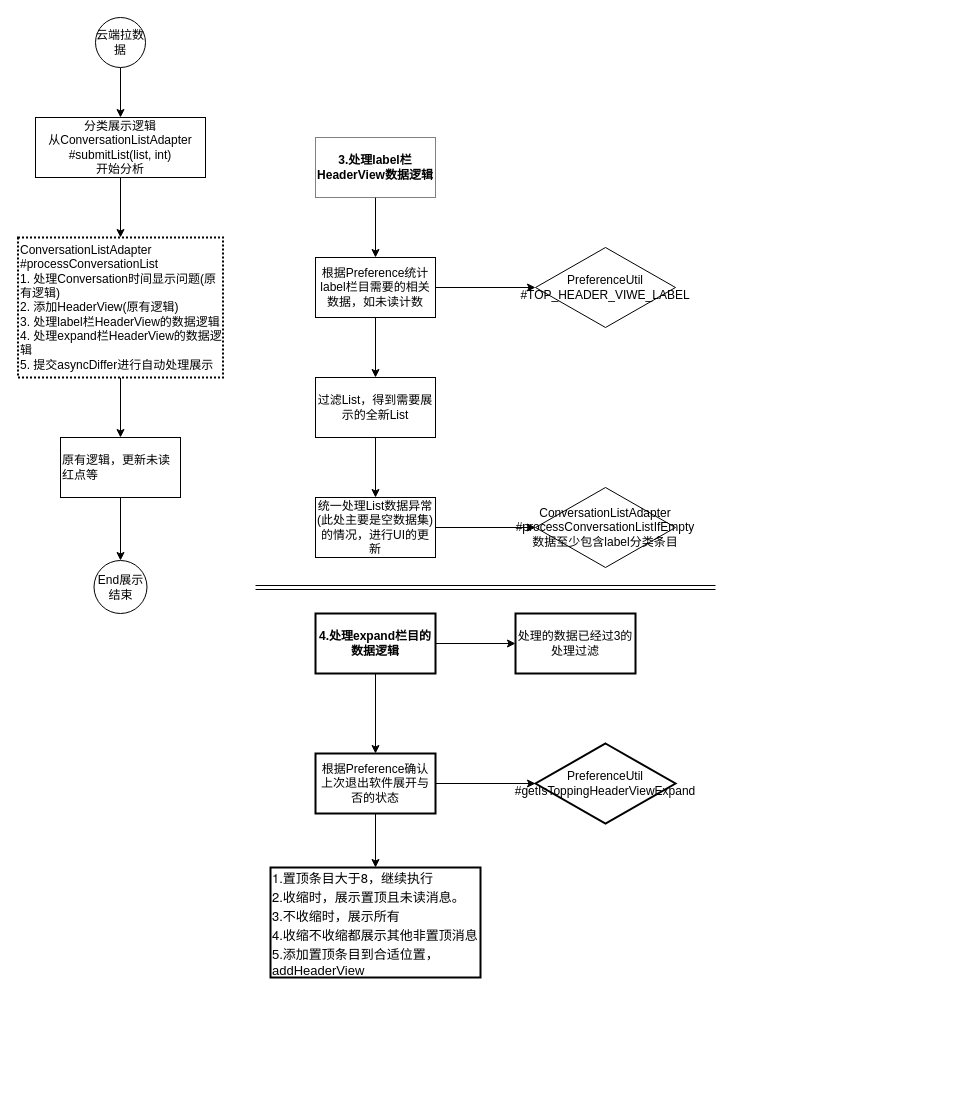
The draw.io diagram 消息界面流程图.drawio in baizhu0414/Diagrams, before the edit. Source tidied: cells renumbered, new cells numbered last; positions are measured from the earlier drawing's top-left corner, leaving out a move shared by most shapes. Both pictures are drawn from the tidied source at 100%, with x=0, y=0 at pixel (17, 17).
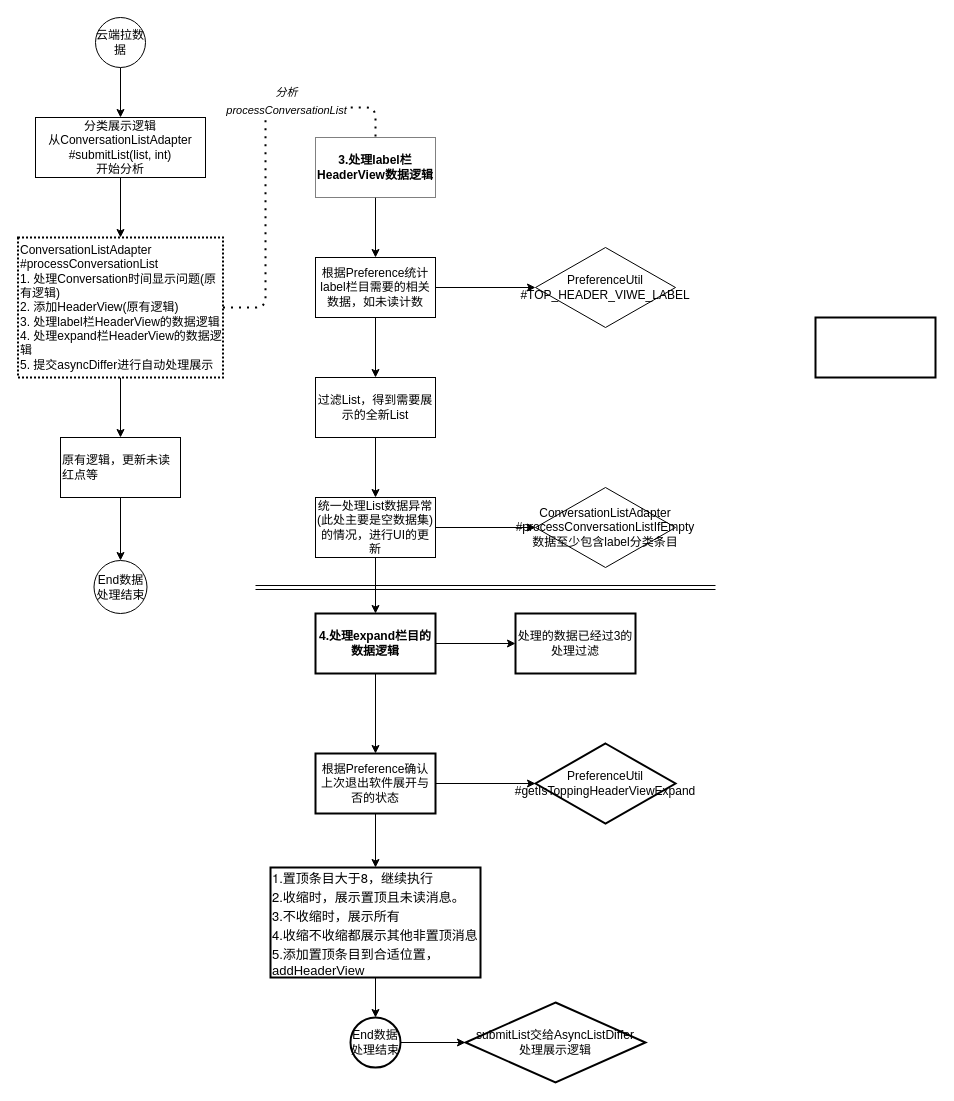
The same diagram, later.

Commit message:
211020-数据过滤逻辑及数据统计完成

The change refers to these unchanged cells:
```xml
<mxCell id="7" value="&lt;div&gt;ConversationListAdapter&lt;/div&gt;&lt;div&gt;#processConversationList&lt;br&gt;&lt;/div&gt;&lt;div&gt;1. 处理Conversation时间显示问题(原有逻辑)&lt;/div&gt;&lt;div&gt;2. 添加HeaderView(原有逻辑)&lt;/div&gt;&lt;div&gt;3. 处理label栏HeaderView的数据逻辑&lt;/div&gt;&lt;div&gt;4. 处理expand栏HeaderView的数据逻辑&lt;/div&gt;&lt;div&gt;5. 提交asyncDiffer进行自动处理展示&lt;/div&gt;" style="whiteSpace=wrap;html=1;rounded=0;align=left;strokeWidth=2;dashed=1;dashPattern=1 1;" parent="1" vertex="1">
  <mxGeometry x="0.5" y="220" width="205" height="140" as="geometry" />
</mxCell>
<mxCell id="12" value="3.处理label栏HeaderView数据逻辑" style="whiteSpace=wrap;html=1;align=center;dashed=1;dashPattern=1 1;fontStyle=1;" parent="1" vertex="1">
  <mxGeometry x="298" y="120" width="120" height="60" as="geometry" />
</mxCell>
<mxCell id="20" value="统一处理List数据异常(此处主要是空数据集)的情况，进行UI的更新" style="whiteSpace=wrap;html=1;" parent="1" vertex="1">
  <mxGeometry x="298" y="480" width="120" height="60" as="geometry" />
</mxCell>
<mxCell id="24" value="4.处理expand栏目的数据逻辑" style="whiteSpace=wrap;html=1;strokeWidth=2;align=center;fontStyle=1;" parent="1" vertex="1">
  <mxGeometry x="298" y="596" width="120" height="60" as="geometry" />
</mxCell>
<mxCell id="30" value="&lt;p class=&quot;p1&quot; style=&quot;margin: 0px ; font-stretch: normal ; font-size: 13px ; line-height: normal ; font-family: &amp;#34;helvetica neue&amp;#34;&quot;&gt;1.置顶条目大于8，继续执行&lt;/p&gt;&lt;p class=&quot;p1&quot; style=&quot;margin: 0px ; font-stretch: normal ; font-size: 13px ; line-height: normal ; font-family: &amp;#34;helvetica neue&amp;#34;&quot;&gt;2.收缩时，展示置顶且未读消息。&lt;/p&gt;&lt;p class=&quot;p1&quot; style=&quot;margin: 0px ; font-stretch: normal ; font-size: 13px ; line-height: normal ; font-family: &amp;#34;helvetica neue&amp;#34;&quot;&gt;3.不收缩时，展示所有&lt;/p&gt;&lt;p class=&quot;p2&quot; style=&quot;margin: 0px ; font-stretch: normal ; font-size: 13px ; line-height: normal ; font-family: &amp;#34;pingfang sc&amp;#34;&quot;&gt;&lt;span class=&quot;s1&quot; style=&quot;font-stretch: normal ; line-height: normal ; font-family: &amp;#34;helvetica neue&amp;#34;&quot;&gt;4.&lt;/span&gt;收缩不收缩都展示其他非置顶消息&lt;/p&gt;&lt;p class=&quot;p2&quot; style=&quot;margin: 0px ; font-stretch: normal ; font-size: 13px ; line-height: normal ; font-family: &amp;#34;pingfang sc&amp;#34;&quot;&gt;5.添加置顶条目到合适位置，addHeaderView&lt;/p&gt;" style="whiteSpace=wrap;html=1;fontStyle=0;strokeWidth=2;align=left;" parent="1" vertex="1">
  <mxGeometry x="253" y="850" width="210" height="110" as="geometry" />
</mxCell>
```

What changed in the source:
```diff
@@
-    <mxCell id="10" value="End展示结束" style="ellipse;whiteSpace=wrap;html=1;align=center;" parent="1" vertex="1">
+    <mxCell id="10" value="End数据处理结束" style="ellipse;whiteSpace=wrap;html=1;align=center;" parent="1" vertex="1">
       <mxGeometry x="76.5" y="543" width="53" height="53" as="geometry" />
     </mxCell>
@@
+    <mxCell id="32" style="edgeStyle=orthogonalEdgeStyle;rounded=0;jettySize=auto;html=1;exitX=0.5;exitY=1;exitDx=0;exitDy=0;entryX=0.5;entryY=0;entryDx=0;entryDy=0;labelBackgroundColor=#000000;strokeWidth=1;" parent="1" edge="1" source="20" target="24">
+      <mxGeometry relative="1" as="geometry" />
+    </mxCell>
@@
+    <mxCell id="33" style="edgeStyle=orthogonalEdgeStyle;rounded=0;jettySize=auto;html=1;exitX=0.5;exitY=1;exitDx=0;exitDy=0;entryX=0.5;entryY=0;entryDx=0;entryDy=0;labelBackgroundColor=#000000;strokeWidth=1;" parent="1" edge="1" source="30" target="35">
+      <mxGeometry relative="1" as="geometry" />
+    </mxCell>
@@
+    <mxCell id="34" style="edgeStyle=orthogonalEdgeStyle;rounded=0;jettySize=auto;html=1;labelBackgroundColor=#000000;strokeWidth=1;" parent="1" edge="1" source="35" target="37">
+      <mxGeometry relative="1" as="geometry" />
+    </mxCell>
+    <mxCell id="35" value="End数据处理结束" style="ellipse;whiteSpace=wrap;html=1;strokeWidth=2;align=center;" parent="1" vertex="1">
+      <mxGeometry x="333" y="1000" width="50" height="50" as="geometry" />
+    </mxCell>
+    <mxCell id="36" style="rounded=0;whiteSpace=wrap;html=1;strokeWidth=2;align=center;" parent="1" vertex="1">
+      <mxGeometry x="798" y="300" width="120" height="60" as="geometry" />
+    </mxCell>
+    <mxCell id="37" value="submitList交给AsyncListDiffer&lt;br&gt;处理展示逻辑" style="rhombus;whiteSpace=wrap;html=1;strokeWidth=2;" parent="1" vertex="1">
+      <mxGeometry x="448" y="985" width="180" height="80" as="geometry" />
+    </mxCell>
+    <mxCell id="38" style="endArrow=none;dashed=1;html=1;dashPattern=1 3;strokeWidth=2;labelBackgroundColor=#000000;exitX=1;exitY=0.5;exitDx=0;exitDy=0;entryX=0.5;entryY=0;entryDx=0;entryDy=0;" parent="1" edge="1" source="7" target="12">
+      <mxGeometry relative="1" as="geometry">
+        <Array as="points">
+          <mxPoint x="248" y="290" />
+          <mxPoint x="248" y="90" />
+          <mxPoint x="358" y="90" />
+        </Array>
+      </mxGeometry>
+    </mxCell>
+    <mxCell id="39" value="&lt;font style=&quot;font-size: 11px&quot;&gt;分析&lt;br style=&quot;font-size: 11px&quot;&gt;processConversationList&lt;/font&gt;" style="edgeLabel;html=1;align=center;verticalAlign=bottom;fontSize=15;fontStyle=2;horizontal=1;" parent="38" vertex="1">
+      <mxGeometry x="0.26" y="3" relative="1" as="geometry">
+        <mxPoint x="23" y="10" as="offset" />
+      </mxGeometry>
+    </mxCell>
```
